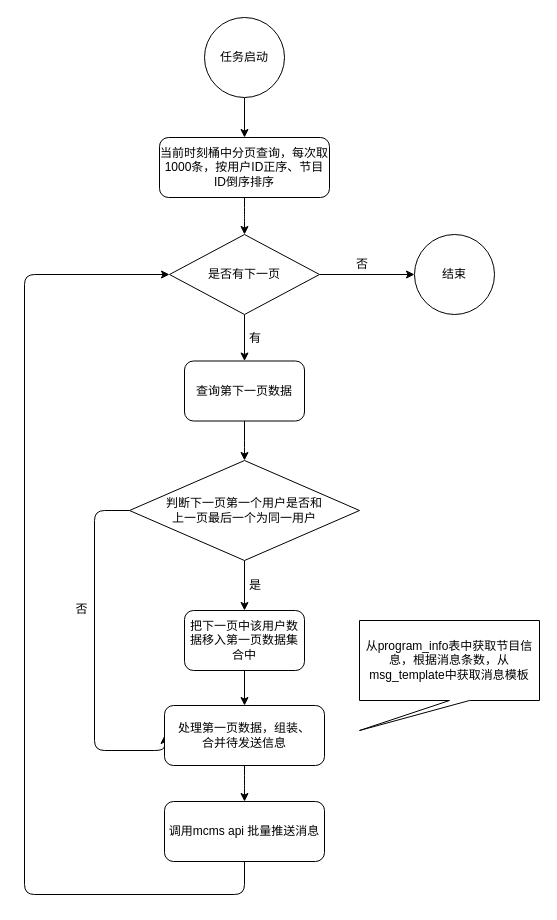
This is 提醒消息合并流程.drawio from xfbxag/weijia, a draw.io file, before an edit. Source tidied: cells renumbered, new cells numbered last; positions are measured from the earlier drawing's top-left corner, leaving out a move shared by most shapes. Both pictures are drawn from the tidied source at 100%, with x=0, y=0 at pixel (24, 17).
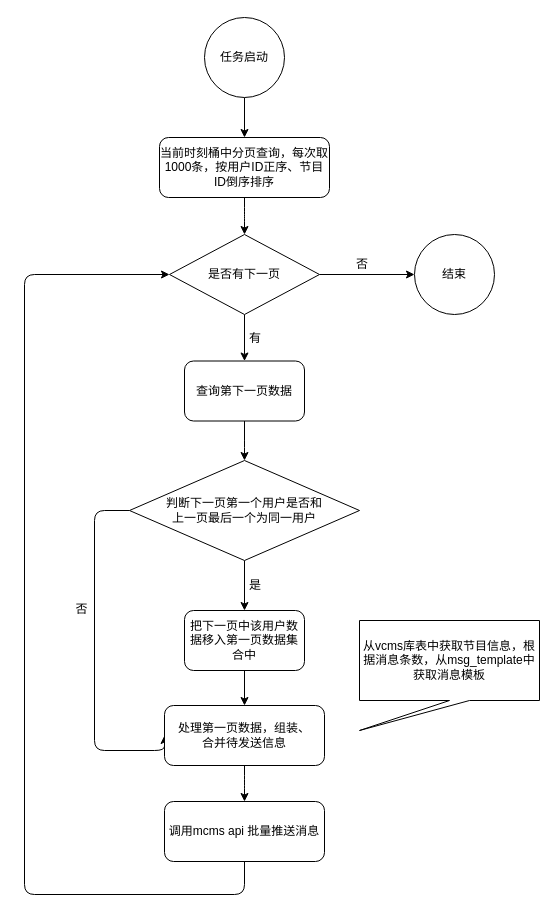
The same diagram, later.

Commit message:
Update 提醒消息合并流程.drawio

What changed in the source:
```diff
@@
-    <mxCell id="18" value="从program_info表中获取节目信息，根据消息条数，从msg_template中获取消息模板" style="shape=callout;whiteSpace=wrap;html=1;perimeter=calloutPerimeter;position2=0;" parent="1" vertex="1">
+    <mxCell id="18" value="从vcms库表中获取节目信息，根据消息条数，从msg_template中获取消息模板" style="shape=callout;whiteSpace=wrap;html=1;perimeter=calloutPerimeter;position2=0;" parent="1" vertex="1">
       <mxGeometry x="335" y="603" width="180" height="110" as="geometry" />
     </mxCell>
```
